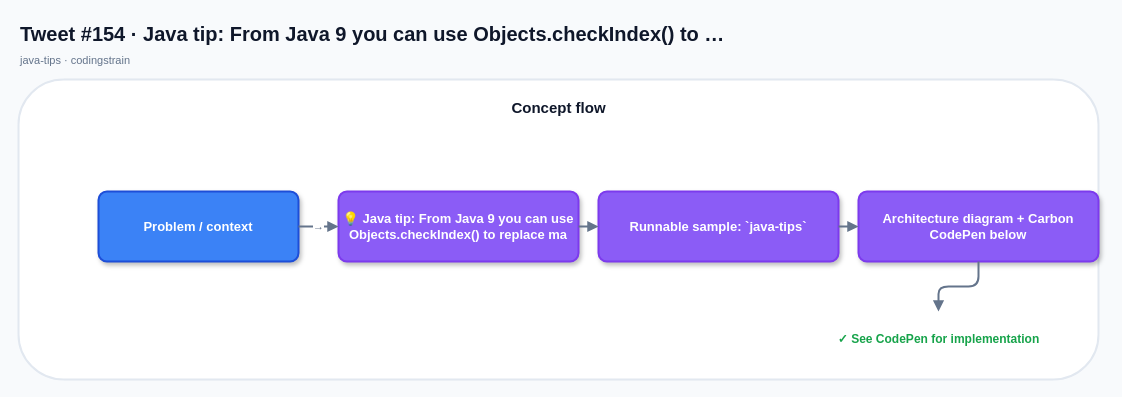
mcasari/codingstrain keeps this draw.io diagram as x-posts-examples/generated-x-posts/java-posts/drawio/tweet-154.drawio. Above is the earlier version. Source tidied: cells renumbered, new cells numbered last; positions are measured from the earlier drawing's top-left corner, leaving out a move shared by most shapes. Both pictures are drawn from the tidied source at 100%, with x=0, y=0 at pixel (18, 17).
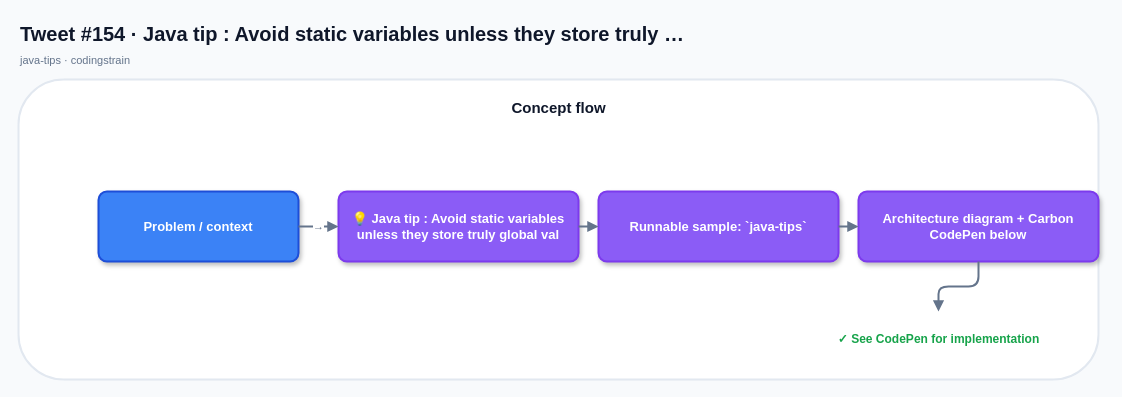
The same diagram, later.

The edit, as a diff of the source:
```diff
@@
 <mxGraphModel background="#F8FAFC">
   <root>
     <mxCell id="0" />
     <mxCell id="1" parent="0" />
-    <mxCell id="2" value="Tweet #154 · Java tip: From Java 9 you can use Objects.checkIndex() to …" style="text;html=1;strokeColor=none;fillColor=none;align=left;verticalAlign=middle;fontSize=20;fontStyle=1;fontColor=#0F172A;" parent="1" vertex="1">
+    <mxCell id="2" value="Tweet #154 · Java tip : Avoid static variables unless they store truly …" style="text;html=1;strokeColor=none;fillColor=none;align=left;verticalAlign=middle;fontSize=20;fontStyle=1;fontColor=#0F172A;" parent="1" vertex="1">
       <mxGeometry width="760" height="32" as="geometry" />
     </mxCell>
     <mxCell id="3" value="java-tips · codingstrain" style="text;html=1;strokeColor=none;fillColor=none;align=left;verticalAlign=middle;fontSize=11;fontStyle=0;fontColor=#64748B;" parent="1" vertex="1">
       <mxGeometry y="32" width="520" height="22" as="geometry" />
     </mxCell>
     <mxCell id="4" style="rounded=1;fillColor=#FFFFFF;strokeColor=#E2E8F0;strokeWidth=2;shadow=0;" parent="1" vertex="1">
       <mxGeometry y="62" width="1080" height="300" as="geometry" />
     </mxCell>
     <mxCell id="5" value="Concept flow" style="text;html=1;strokeColor=none;fillColor=none;align=center;verticalAlign=middle;fontSize=15;fontStyle=1;fontColor=#0F172A;" parent="1" vertex="1">
       <mxGeometry x="20" y="76" width="1040" height="28" as="geometry" />
     </mxCell>
     <mxCell id="6" value="Problem / context" style="rounded=1;whiteSpace=wrap;html=1;arcSize=12;fillColor=#3B82F6;strokeColor=#1D4ED8;strokeWidth=2;fontColor=#FFFFFF;fontSize=13;fontStyle=1;shadow=1;align=center;verticalAlign=middle;" parent="1" vertex="1">
       <mxGeometry x="80" y="174" width="200" height="70" as="geometry" />
     </mxCell>
-    <mxCell id="7" value="💡 Java tip: From Java 9 you can use Objects.checkIndex() to replace ma" style="rounded=1;whiteSpace=wrap;html=1;arcSize=12;fillColor=#8B5CF6;strokeColor=#7C3AED;strokeWidth=2;fontColor=#FFFFFF;fontSize=13;fontStyle=1;shadow=1;align=center;verticalAlign=middle;" parent="1" vertex="1">
+    <mxCell id="7" value="💡 Java tip : Avoid static variables unless they store truly global val" style="rounded=1;whiteSpace=wrap;html=1;arcSize=12;fillColor=#8B5CF6;strokeColor=#7C3AED;strokeWidth=2;fontColor=#FFFFFF;fontSize=13;fontStyle=1;shadow=1;align=center;verticalAlign=middle;" parent="1" vertex="1">
       <mxGeometry x="320" y="174" width="240" height="70" as="geometry" />
     </mxCell>
     <mxCell id="8" value="→" style="edgeStyle=orthogonalEdgeStyle;rounded=1;jettySize=auto;html=1;endArrow=block;endFill=1;startArrow=none;strokeColor=#64748B;strokeWidth=2;fontColor=#64748B;fontSize=11;" parent="1" edge="1" source="6" target="7">
       <mxGeometry relative="1" as="geometry" />
     </mxCell>
     <mxCell id="9" value="Runnable sample: `java-tips`" style="rounded=1;whiteSpace=wrap;html=1;arcSize=12;fillColor=#8B5CF6;strokeColor=#7C3AED;strokeWidth=2;fontColor=#FFFFFF;fontSize=13;fontStyle=1;shadow=1;align=center;verticalAlign=middle;" parent="1" vertex="1">
       <mxGeometry x="580" y="174" width="240" height="70" as="geometry" />
     </mxCell>
     <mxCell id="10" style="edgeStyle=orthogonalEdgeStyle;rounded=1;jettySize=auto;html=1;endArrow=block;endFill=1;startArrow=none;strokeColor=#64748B;strokeWidth=2;fontColor=#64748B;fontSize=11;" parent="1" edge="1" source="7" target="9">
       <mxGeometry relative="1" as="geometry" />
     </mxCell>
     <mxCell id="11" value="Architecture diagram + Carbon CodePen below" style="rounded=1;whiteSpace=wrap;html=1;arcSize=12;fillColor=#8B5CF6;strokeColor=#7C3AED;strokeWidth=2;fontColor=#FFFFFF;fontSize=13;fontStyle=1;shadow=1;align=center;verticalAlign=middle;" parent="1" vertex="1">
       <mxGeometry x="840" y="174" width="240" height="70" as="geometry" />
     </mxCell>
     <mxCell id="12" style="edgeStyle=orthogonalEdgeStyle;rounded=1;jettySize=auto;html=1;endArrow=block;endFill=1;startArrow=none;strokeColor=#64748B;strokeWidth=2;fontColor=#64748B;fontSize=11;" parent="1" edge="1" source="9" target="11">
       <mxGeometry relative="1" as="geometry" />
     </mxCell>
     <mxCell id="13" value="✓ See CodePen for implementation" style="text;html=1;strokeColor=none;fillColor=none;align=center;verticalAlign=middle;fontSize=12;fontStyle=1;fontColor=#16A34A;" parent="1" vertex="1">
       <mxGeometry x="800" y="294" width="240" height="56" as="geometry" />
     </mxCell>
     <mxCell id="14" style="edgeStyle=orthogonalEdgeStyle;rounded=1;jettySize=auto;html=1;endArrow=block;endFill=1;startArrow=none;strokeColor=#64748B;strokeWidth=2;fontColor=#64748B;fontSize=11;" parent="1" edge="1" source="11" target="13">
       <mxGeometry relative="1" as="geometry" />
     </mxCell>
   </root>
 </mxGraphModel>
```
